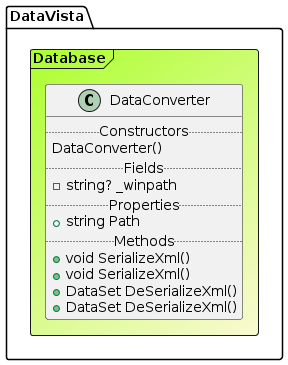
Earlier version of the PlantUML export Resources/Documents/Class Diagrams/DataConverter.png (grimy86/DataVista).
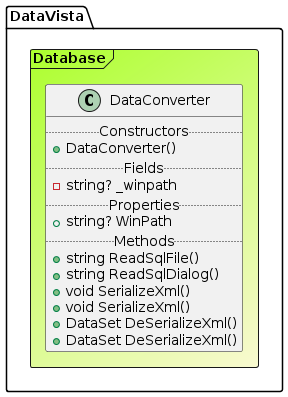
The same diagram one commit later.

What changed in the source:
```diff
@@ -3,12 +3,14 @@
 Frame DataVista.Database #GreenYellow/LightGoldenRodYellow{
 class DataConverter {
 .. Constructors ..
-DataConverter()
++DataConverter()
 .. Fields ..
 -string? _winpath
 .. Properties ..
-+ string Path
++ string? WinPath
 .. Methods ..
++string ReadSqlFile()
++string ReadSqlDialog()
 +void SerializeXml()
 +void SerializeXml()
 +DataSet DeSerializeXml()
```
